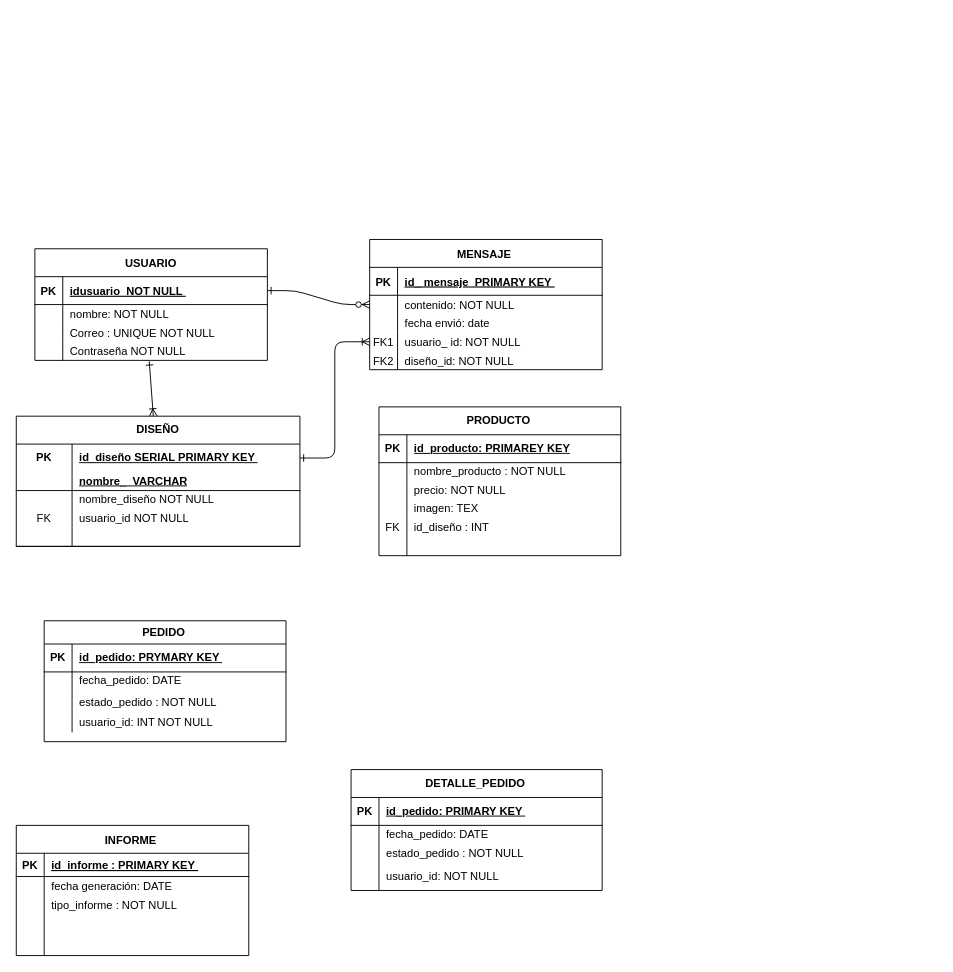
This is proyecto numero 2/database_uml_diagram.drawio from cesar1344/proyecto, a draw.io file, before an edit. Source tidied: cells renumbered, new cells numbered last; positions are measured from the earlier drawing's top-left corner, leaving out a move shared by most shapes. Both pictures are drawn from the tidied source at 93%, with x=0, y=0 at pixel (16, 239).
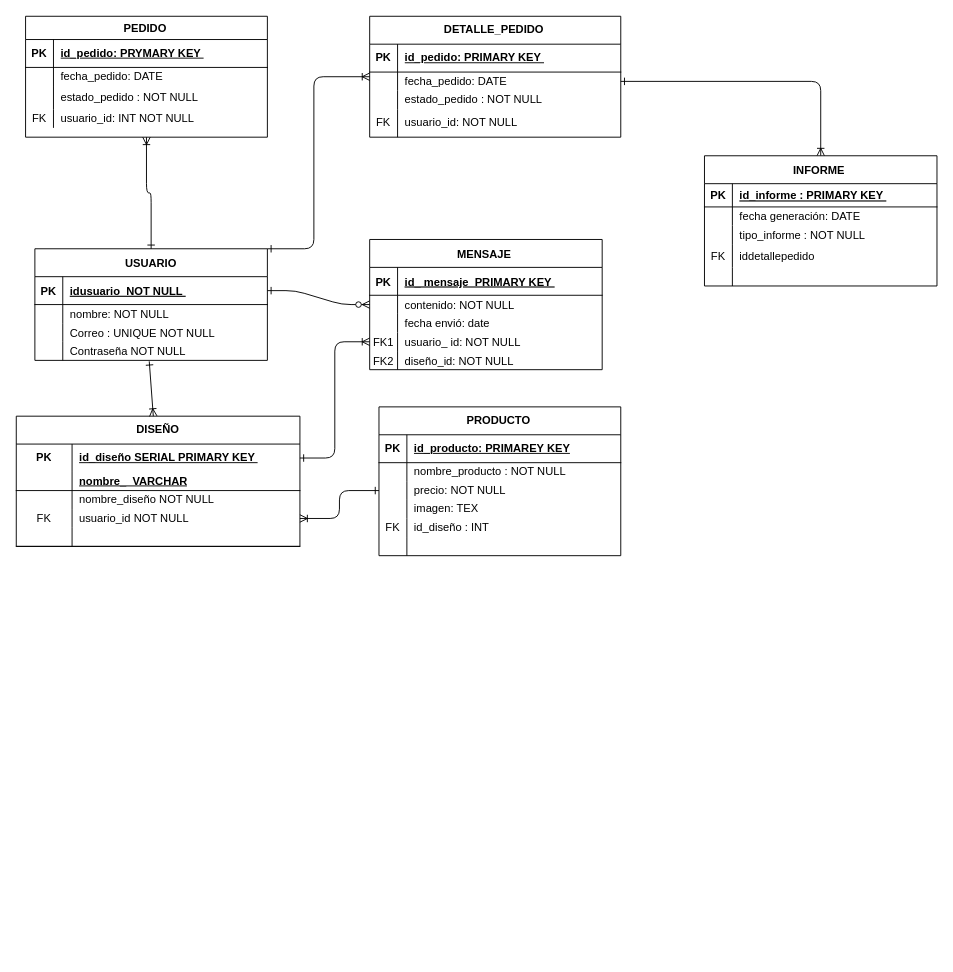
The same diagram, later.

Unchanged cells that the change refers to:
```xml
<mxCell id="29" style="shape=partialRectangle;fillColor=none;top=0;left=0;right=0;bottom=0;" parent="19" vertex="1">
  <mxGeometry y="95" width="250" height="25" as="geometry" />
</mxCell>
<mxCell id="45" style="shape=tableRow;horizontal=0;startSize=0;swimlaneHead=0;swimlaneBody=0;fillColor=none;points=[[0,0.5],[1,0.5]];portConstraint=eastwest;top=0;left=0;right=0;bottom=0;html=1;" parent="35" vertex="1">
  <mxGeometry y="100" width="305" height="20" as="geometry" />
</mxCell>
<mxCell id="51" value="USUARIO" style="shape=table;startSize=30;childLayout=tableLayout;rowLines=0;fontStyle=1;align=center;" parent="1" vertex="1">
  <mxGeometry x="20" y="10" width="250" height="120" as="geometry" />
</mxCell>
<mxCell id="71" style="shape=tableRow;horizontal=0;startSize=0;swimlaneHead=0;swimlaneBody=0;fillColor=none;points=[[0,0.5],[1,0.5]];portConstraint=eastwest;top=0;left=0;right=0;bottom=0;" parent="64" vertex="1">
  <mxGeometry y="80" width="260" height="20" as="geometry" />
</mxCell>
<mxCell id="93" style="shape=tableRow;horizontal=0;startSize=0;swimlaneHead=0;swimlaneBody=0;fillColor=none;top=0;left=0;right=0;bottom=0;" parent="83" vertex="1">
  <mxGeometry y="100" width="260" height="20" as="geometry" />
</mxCell>
<mxCell id="100" style="shape=tableRow;horizontal=0;startSize=0;swimlaneHead=0;swimlaneBody=0;fillColor=none;points=[[0,0.5],[1,0.5]];portConstraint=eastwest;top=0;left=0;right=0;bottom=0;" parent="96" vertex="1">
  <mxGeometry y="60" width="270" height="20" as="geometry" />
</mxCell>
<mxCell id="106" style="shape=tableRow;horizontal=0;startSize=0;swimlaneHead=0;swimlaneBody=0;fillColor=none;top=0;left=0;right=0;bottom=0;" parent="96" vertex="1">
  <mxGeometry y="100" width="270" height="30" as="geometry" />
</mxCell>
```

Change to the diagram source:
```diff
@@
+    <mxCell id="111" style="edgeStyle=orthogonalEdgeStyle;rounded=1;jettySize=auto;html=1;entryX=1;entryY=0.5;entryDx=0;entryDy=0;curved=0;startArrow=ERoneToMany;startFill=0;endArrow=ERone;endFill=0;" parent="1" edge="1" source="19" target="100">
+      <mxGeometry relative="1" as="geometry" />
+    </mxCell>
     <mxCell id="19" value="INFORME " style="shape=table;startSize=30;childLayout=tableLayout;rowLines=0;fontStyle=1;align=center;" parent="1" vertex="1">
-      <mxGeometry y="630" width="250" height="140" as="geometry" />
+      <mxGeometry x="740" y="-90" width="250" height="140" as="geometry" />
     </mxCell>
@@
-    <mxCell id="30" style="shape=partialRectangle;overflow=hidden;fillColor=none;top=0;left=0;bottom=0;right=0;" parent="29" vertex="1">
+    <mxCell id="30" value="FK" style="shape=partialRectangle;overflow=hidden;fillColor=none;top=0;left=0;bottom=0;right=0;" parent="29" vertex="1">
       <mxGeometry width="30" height="25" as="geometry" />
     </mxCell>
-    <mxCell id="31" style="shape=partialRectangle;overflow=hidden;fillColor=none;top=0;left=0;bottom=0;right=0;align=left;spacingLeft=6;" parent="29" vertex="1">
+    <mxCell id="31" value="iddetallepedido" style="shape=partialRectangle;overflow=hidden;fillColor=none;top=0;left=0;bottom=0;right=0;align=left;spacingLeft=6;" parent="29" vertex="1">
       <mxGeometry x="30" width="220" height="25" as="geometry" />
     </mxCell>
@@
+    <mxCell id="112" style="edgeStyle=orthogonalEdgeStyle;rounded=1;jettySize=auto;html=1;entryX=0.5;entryY=0;entryDx=0;entryDy=0;curved=0;startArrow=ERoneToMany;startFill=0;endArrow=ERone;endFill=0;" parent="1" edge="1" source="83" target="51">
+      <mxGeometry relative="1" as="geometry" />
+    </mxCell>
     <mxCell id="83" value="PEDIDO&amp;nbsp;" style="shape=table;startSize=25;childLayout=tableLayout;rowLines=0;fontStyle=1;align=center;html=1;" parent="1" vertex="1">
-      <mxGeometry x="30" y="410" width="260" height="130" as="geometry" />
+      <mxGeometry x="10" y="-240" width="260" height="130" as="geometry" />
     </mxCell>
@@
-    <mxCell id="94" style="shape=partialRectangle;fillColor=none;top=0;left=0;bottom=0;right=0;overflow=hidden;whiteSpace=wrap;html=1;" parent="93" vertex="1">
+    <mxCell id="94" value="FK" style="shape=partialRectangle;fillColor=none;top=0;left=0;bottom=0;right=0;overflow=hidden;whiteSpace=wrap;html=1;" parent="93" vertex="1">
       <mxGeometry width="30" height="20" as="geometry" />
     </mxCell>
@@
+    <mxCell id="113" style="edgeStyle=orthogonalEdgeStyle;rounded=1;jettySize=auto;html=1;entryX=1;entryY=0;entryDx=0;entryDy=0;curved=0;startArrow=ERoneToMany;startFill=0;endArrow=ERone;endFill=0;" parent="1" edge="1" source="96" target="51">
+      <mxGeometry relative="1" as="geometry">
+        <Array as="points">
+          <mxPoint x="320" y="-175" />
+          <mxPoint x="320" y="10" />
+        </Array>
+      </mxGeometry>
+    </mxCell>
     <mxCell id="96" value="DETALLE_PEDIDO&amp;nbsp;" style="shape=table;startSize=30;childLayout=tableLayout;rowLines=0;fontStyle=1;align=center;html=1;" parent="1" vertex="1">
-      <mxGeometry x="360" y="570" width="270" height="130" as="geometry" />
+      <mxGeometry x="380" y="-240" width="270" height="130" as="geometry" />
     </mxCell>
@@
-    <mxCell id="107" style="shape=partialRectangle;fillColor=none;top=0;left=0;bottom=0;right=0;overflow=hidden;whiteSpace=wrap;html=1;" parent="106" vertex="1">
+    <mxCell id="107" value="FK" style="shape=partialRectangle;fillColor=none;top=0;left=0;bottom=0;right=0;overflow=hidden;whiteSpace=wrap;html=1;" parent="106" vertex="1">
       <mxGeometry width="30" height="30" as="geometry" />
     </mxCell>
@@
+    <mxCell id="114" style="edgeStyle=orthogonalEdgeStyle;rounded=1;jettySize=auto;html=1;entryX=1;entryY=0.5;entryDx=0;entryDy=0;curved=0;endArrow=ERoneToMany;endFill=0;startArrow=ERone;startFill=0;" parent="1" edge="1" source="71" target="45">
+      <mxGeometry relative="1" as="geometry" />
+    </mxCell>
```
